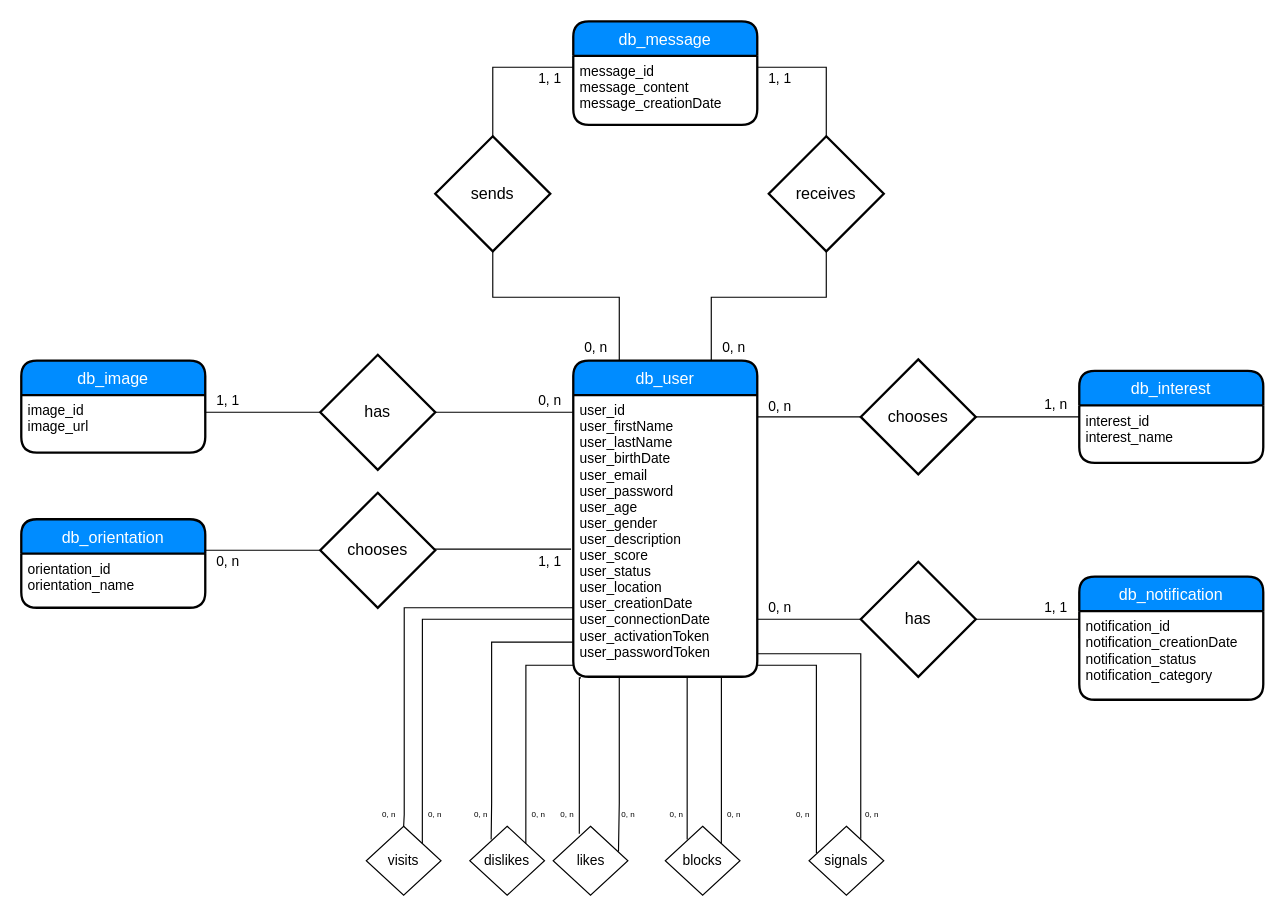
The draw.io diagram Untitled Diagram.drawio in mhotting/matcha, before the edit. Source tidied: cells renumbered, new cells numbered last; positions are measured from the earlier drawing's top-left corner, leaving out a move shared by most shapes. Both pictures are drawn from the tidied source at 115%, with x=0, y=0 at pixel (21, 21).
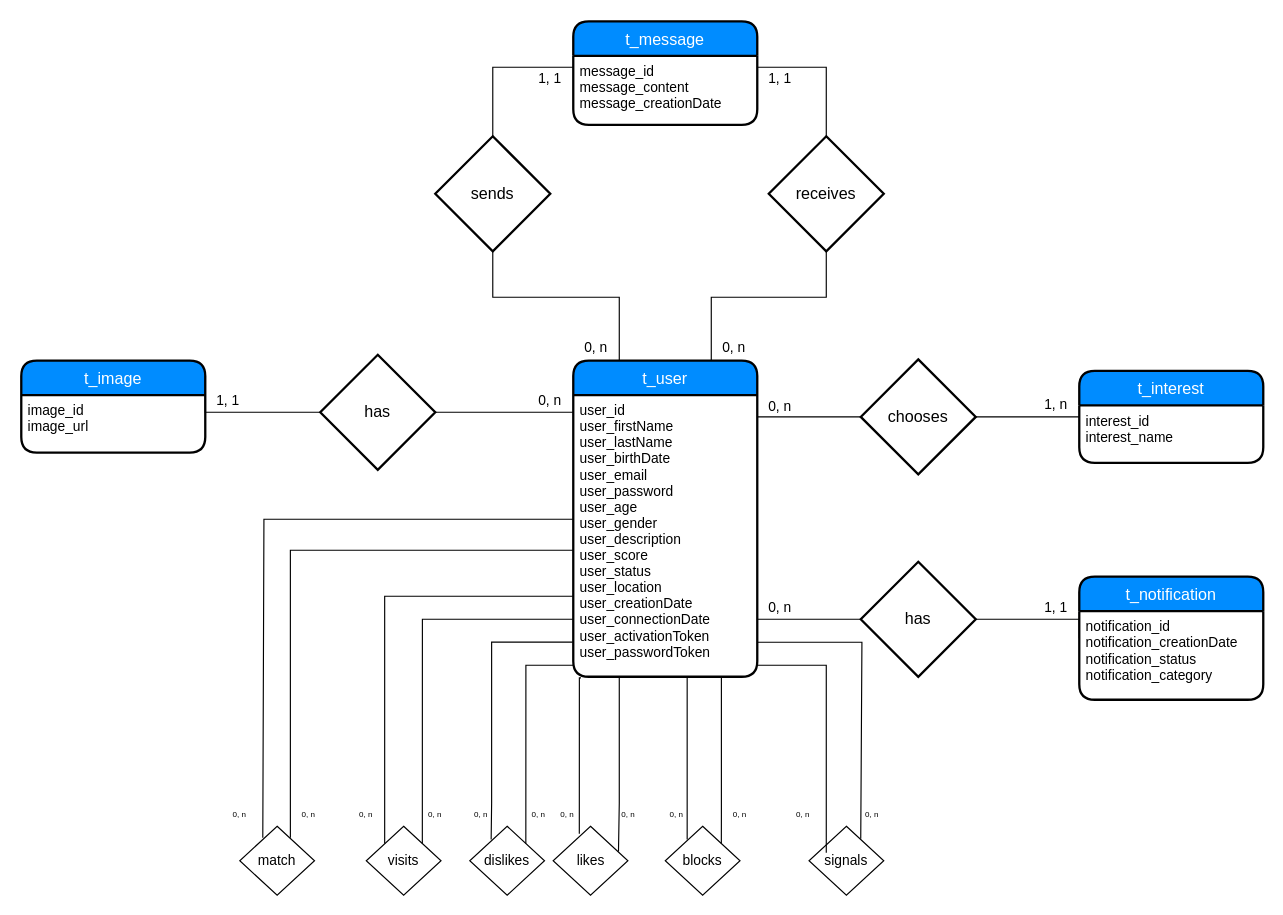
The same diagram, later.

The change refers to these unchanged cells:
```xml
<mxCell id="10" value="user_id&#10;user_firstName&#10;user_lastName&#10;user_birthDate&#10;user_email&#10;user_password&#10;user_age&#10;user_gender&#10;user_description&#10;user_score&#10;user_status&#10;user_location&#10;user_creationDate&#10;user_connectionDate&#10;user_activationToken&#10;user_passwordToken" style="align=left;strokeColor=none;fillColor=none;spacingLeft=4;fontSize=12;verticalAlign=top;" parent="9" vertex="1">
  <mxGeometry y="30" width="160" height="245" as="geometry" />
</mxCell>
<mxCell id="36" value="signals" style="rhombus;whiteSpace=wrap;html=1;" parent="1" vertex="1">
  <mxGeometry x="685" y="700" width="65" height="60" as="geometry" />
</mxCell>
<mxCell id="61" value="visits" style="rhombus;whiteSpace=wrap;html=1;" parent="1" vertex="1">
  <mxGeometry x="300" y="700" width="65" height="60" as="geometry" />
</mxCell>
```

Change to the diagram source:
```diff
@@
-    <mxCell id="2" value="db_image" style="swimlane;horizontal=1;startSize=30;fillColor=#008cff;fontColor=#FFFFFF;rounded=1;fontSize=14;fontStyle=0;strokeWidth=2;shadow=0;dashed=0;align=center;" parent="1" vertex="1">
+    <mxCell id="2" value="t_image" style="swimlane;horizontal=1;startSize=30;fillColor=#008cff;fontColor=#FFFFFF;rounded=1;fontSize=14;fontStyle=0;strokeWidth=2;shadow=0;dashed=0;align=center;" parent="1" vertex="1">
       <mxGeometry y="295" width="160" height="80" as="geometry" />
     </mxCell>
@@
-    <mxCell id="4" value="db_message" style="swimlane;horizontal=1;startSize=30;fillColor=#008cff;fontColor=#FFFFFF;rounded=1;fontSize=14;fontStyle=0;strokeWidth=2;shadow=0;dashed=0;align=center;" parent="1" vertex="1">
+    <mxCell id="4" value="t_message" style="swimlane;horizontal=1;startSize=30;fillColor=#008cff;fontColor=#FFFFFF;rounded=1;fontSize=14;fontStyle=0;strokeWidth=2;shadow=0;dashed=0;align=center;" parent="1" vertex="1">
       <mxGeometry x="480" width="160" height="90" as="geometry" />
     </mxCell>
@@
-    <mxCell id="6" value="db_interest" style="swimlane;horizontal=1;startSize=30;fillColor=#008cff;fontColor=#FFFFFF;rounded=1;fontSize=14;fontStyle=0;strokeWidth=2;shadow=0;dashed=0;align=center;" parent="1" vertex="1">
+    <mxCell id="6" value="t_interest" style="swimlane;horizontal=1;startSize=30;fillColor=#008cff;fontColor=#FFFFFF;rounded=1;fontSize=14;fontStyle=0;strokeWidth=2;shadow=0;dashed=0;align=center;" parent="1" vertex="1">
       <mxGeometry x="920" y="304" width="160" height="80" as="geometry" />
     </mxCell>
@@
     <mxCell id="8" style="edgeStyle=orthogonalEdgeStyle;rounded=0;jettySize=auto;html=1;entryX=0.692;entryY=0.182;entryDx=0;entryDy=0;entryPerimeter=0;endArrow=none;endFill=0;" parent="1" edge="1" source="9" target="36">
       <mxGeometry relative="1" as="geometry">
         <Array as="points">
-          <mxPoint x="730" y="550" />
+          <mxPoint x="731" y="540" />
+          <mxPoint x="731" y="710" />
         </Array>
       </mxGeometry>
     </mxCell>
-    <mxCell id="9" value="db_user" style="swimlane;horizontal=1;startSize=30;fillColor=#008cff;fontColor=#FFFFFF;rounded=1;fontSize=14;fontStyle=0;strokeWidth=2;shadow=0;dashed=0;align=center;" parent="1" vertex="1">
+    <mxCell id="9" value="t_user" style="swimlane;horizontal=1;startSize=30;fillColor=#008cff;fontColor=#FFFFFF;rounded=1;fontSize=14;fontStyle=0;strokeWidth=2;shadow=0;dashed=0;align=center;" parent="1" vertex="1">
       <mxGeometry x="480" y="295" width="160" height="275" as="geometry" />
     </mxCell>
@@
-    <mxCell id="11" value="db_notification" style="swimlane;horizontal=1;startSize=30;fillColor=#008cff;fontColor=#FFFFFF;rounded=1;fontSize=14;fontStyle=0;strokeWidth=2;shadow=0;dashed=0;align=center;" parent="1" vertex="1">
+    <mxCell id="11" value="t_notification" style="swimlane;horizontal=1;startSize=30;fillColor=#008cff;fontColor=#FFFFFF;rounded=1;fontSize=14;fontStyle=0;strokeWidth=2;shadow=0;dashed=0;align=center;" parent="1" vertex="1">
       <mxGeometry x="920" y="483" width="160" height="107" as="geometry" />
     </mxCell>
@@
-    <mxCell id="41" style="edgeStyle=orthogonalEdgeStyle;rounded=0;jettySize=auto;html=1;endArrow=none;endFill=0;entryX=0.099;entryY=0.388;entryDx=0;entryDy=0;entryPerimeter=0;" parent="1" edge="1" source="10" target="36">
+    <mxCell id="41" style="edgeStyle=orthogonalEdgeStyle;rounded=0;jettySize=auto;html=1;endArrow=none;endFill=0;" parent="1" edge="1" source="10">
       <mxGeometry relative="1" as="geometry">
+        <mxPoint x="700" y="710" as="targetPoint" />
         <Array as="points">
-          <mxPoint x="691" y="560" />
+          <mxPoint x="700" y="560" />
+          <mxPoint x="700" y="723" />
         </Array>
       </mxGeometry>
     </mxCell>
@@
     <mxCell id="50" value="0, n&lt;br style=&quot;font-size: 7px;&quot;&gt;" style="text;html=1;strokeColor=none;fillColor=none;align=center;verticalAlign=middle;whiteSpace=wrap;rounded=1;shadow=0;perimeterSpacing=1;strokeWidth=2;fontSize=7;" parent="1" vertex="1">
-      <mxGeometry x="600" y="680" width="40" height="20" as="geometry" />
+      <mxGeometry x="605" y="680" width="40" height="20" as="geometry" />
     </mxCell>
@@
-    <mxCell id="55" value="db_orientation" style="swimlane;horizontal=1;startSize=30;fillColor=#008cff;fontColor=#FFFFFF;rounded=1;fontSize=14;fontStyle=0;strokeWidth=2;shadow=0;dashed=0;align=center;" parent="1" vertex="1">
-      <mxGeometry y="433" width="160" height="77" as="geometry" />
-    </mxCell>
-    <mxCell id="56" value="orientation_id&#10;orientation_name&#10;" style="align=left;strokeColor=none;fillColor=none;spacingLeft=4;fontSize=12;verticalAlign=top;" parent="55" vertex="1">
-      <mxGeometry y="30" width="160" height="47" as="geometry" />
-    </mxCell>
-    <mxCell id="57" style="edgeStyle=orthogonalEdgeStyle;rounded=0;jettySize=auto;html=1;entryX=-0.012;entryY=0.547;entryDx=0;entryDy=0;entryPerimeter=0;endArrow=none;endFill=0;fontSize=9;" parent="1" edge="1" source="56" target="10">
-      <mxGeometry relative="1" as="geometry">
-        <Array as="points">
-          <mxPoint x="160" y="460" />
-          <mxPoint x="320" y="460" />
-        </Array>
-      </mxGeometry>
-    </mxCell>
-    <mxCell id="58" value="chooses" style="shape=rhombus;strokeWidth=2;fontSize=17;perimeter=rhombusPerimeter;whiteSpace=wrap;html=1;align=center;fontSize=14;" parent="1" vertex="1">
-      <mxGeometry x="260" y="410" width="100" height="100" as="geometry" />
-    </mxCell>
-    <mxCell id="59" value="0, n&lt;br&gt;" style="text;html=1;strokeColor=none;fillColor=none;align=center;verticalAlign=middle;whiteSpace=wrap;rounded=1;shadow=0;perimeterSpacing=1;strokeWidth=2;" parent="1" vertex="1">
-      <mxGeometry x="160" y="460" width="40" height="20" as="geometry" />
-    </mxCell>
-    <mxCell id="60" value="1, 1&lt;br&gt;" style="text;html=1;strokeColor=none;fillColor=none;align=center;verticalAlign=middle;whiteSpace=wrap;rounded=1;shadow=0;perimeterSpacing=1;strokeWidth=2;" parent="1" vertex="1">
-      <mxGeometry x="440" y="460" width="40" height="20" as="geometry" />
-    </mxCell>
@@
-    <mxCell id="62" style="edgeStyle=orthogonalEdgeStyle;rounded=0;jettySize=auto;html=1;entryX=0.5;entryY=0;entryDx=0;entryDy=0;endArrow=none;endFill=0;fontSize=7;" parent="1" edge="1" source="10" target="61">
+    <mxCell id="62" style="edgeStyle=orthogonalEdgeStyle;rounded=0;jettySize=auto;html=1;endArrow=none;endFill=0;fontSize=7;" parent="1" edge="1" source="10">
       <mxGeometry relative="1" as="geometry">
+        <mxPoint x="316" y="715" as="targetPoint" />
         <Array as="points">
-          <mxPoint x="333" y="510" />
-          <mxPoint x="333" y="690" />
+          <mxPoint x="316" y="500" />
         </Array>
       </mxGeometry>
     </mxCell>
@@
     <mxCell id="64" value="0, n&lt;br style=&quot;font-size: 7px;&quot;&gt;" style="text;html=1;strokeColor=none;fillColor=none;align=center;verticalAlign=middle;whiteSpace=wrap;rounded=1;shadow=0;perimeterSpacing=1;strokeWidth=2;fontSize=7;" parent="1" vertex="1">
-      <mxGeometry x="300" y="680" width="40" height="20" as="geometry" />
+      <mxGeometry x="280" y="680" width="40" height="20" as="geometry" />
     </mxCell>
@@
+    <mxCell id="66" value="match" style="rhombus;whiteSpace=wrap;html=1;" parent="1" vertex="1">
+      <mxGeometry x="190" y="700" width="65" height="60" as="geometry" />
+    </mxCell>
+    <mxCell id="67" style="edgeStyle=orthogonalEdgeStyle;rounded=0;jettySize=auto;html=1;endArrow=none;endFill=0;fontSize=7;" parent="1" edge="1" source="10">
+      <mxGeometry relative="1" as="geometry">
+        <mxPoint x="234" y="710" as="targetPoint" />
+        <Array as="points">
+          <mxPoint x="234" y="460" />
+        </Array>
+      </mxGeometry>
+    </mxCell>
+    <mxCell id="68" style="edgeStyle=orthogonalEdgeStyle;rounded=0;jettySize=auto;html=1;entryX=0.308;entryY=0.167;entryDx=0;entryDy=0;endArrow=none;endFill=0;fontSize=7;entryPerimeter=0;" parent="1" edge="1" source="10" target="66">
+      <mxGeometry relative="1" as="geometry">
+        <Array as="points">
+          <mxPoint x="211" y="433" />
+        </Array>
+      </mxGeometry>
+    </mxCell>
+    <mxCell id="69" value="0, n&lt;br style=&quot;font-size: 7px;&quot;&gt;" style="text;html=1;strokeColor=none;fillColor=none;align=center;verticalAlign=middle;whiteSpace=wrap;rounded=1;shadow=0;perimeterSpacing=1;strokeWidth=2;fontSize=7;" parent="1" vertex="1">
+      <mxGeometry x="230" y="680" width="40" height="20" as="geometry" />
+    </mxCell>
+    <mxCell id="70" value="0, n&lt;br style=&quot;font-size: 7px;&quot;&gt;" style="text;html=1;strokeColor=none;fillColor=none;align=center;verticalAlign=middle;whiteSpace=wrap;rounded=1;shadow=0;perimeterSpacing=1;strokeWidth=2;fontSize=7;" parent="1" vertex="1">
+      <mxGeometry x="170" y="680" width="40" height="20" as="geometry" />
+    </mxCell>
```
